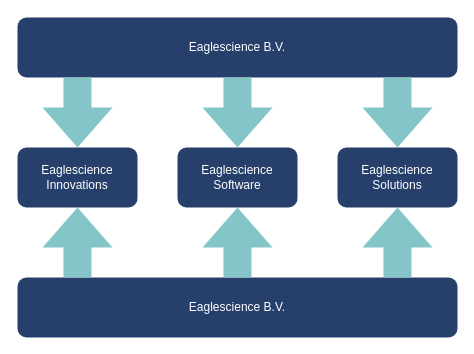
Above: page "Organogram" (1 of 5) of gfx/verslag graphix.drawio in codefink2020/afstudeerverslag (draw.io), before the change. Source tidied: cells renumbered, new cells numbered last; positions are measured from the earlier drawing's top-left corner, leaving out a move shared by most shapes. Both pictures are drawn from the tidied source at 100%, with x=0, y=0 at pixel (17, 17).
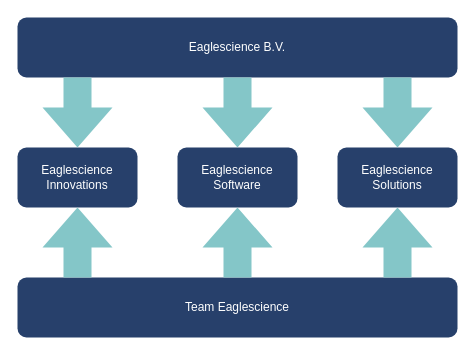
The same page after the edit.

Diff of the diagram source:
```diff
@@
 <mxGraphModel>
   <root>
     <mxCell id="0" />
     <mxCell id="1" parent="0" />
     <mxCell id="2" value="&lt;font color=&quot;#ffffff&quot;&gt;Eaglescience B.V.&lt;/font&gt;" style="rounded=1;whiteSpace=wrap;html=1;fillColor=#27406b;strokeColor=none;" parent="1" vertex="1">
       <mxGeometry width="440" height="60" as="geometry" />
     </mxCell>
     <mxCell id="3" value="&lt;font color=&quot;#ffffff&quot;&gt;Eaglescience Innovations&lt;/font&gt;" style="rounded=1;whiteSpace=wrap;html=1;fillColor=#27406B;strokeColor=none;" parent="1" vertex="1">
       <mxGeometry y="130" width="120" height="60" as="geometry" />
     </mxCell>
     <mxCell id="4" value="&lt;font color=&quot;#ffffff&quot;&gt;Eaglescience Solutions&lt;br&gt;&lt;/font&gt;" style="rounded=1;whiteSpace=wrap;html=1;fillColor=#27406B;strokeColor=none;" parent="1" vertex="1">
       <mxGeometry x="320" y="130" width="120" height="60" as="geometry" />
     </mxCell>
     <mxCell id="5" value="&lt;font color=&quot;#ffffff&quot;&gt;Eaglescience Software&lt;/font&gt;" style="rounded=1;whiteSpace=wrap;html=1;fillColor=#27406B;strokeColor=none;" parent="1" vertex="1">
       <mxGeometry x="160" y="130" width="120" height="60" as="geometry" />
     </mxCell>
     <mxCell id="6" style="html=1;shadow=0;dashed=0;align=center;verticalAlign=middle;shape=mxgraph.arrows2.arrow;dy=0.6;dx=40;direction=south;notch=0;fillColor=#84c6c8;strokeColor=none;" parent="1" vertex="1">
       <mxGeometry x="25" y="60" width="70" height="70" as="geometry" />
     </mxCell>
     <mxCell id="7" style="html=1;shadow=0;dashed=0;align=center;verticalAlign=middle;shape=mxgraph.arrows2.arrow;dy=0.6;dx=40;direction=south;notch=0;fillColor=#84C6C8;strokeColor=none;" parent="1" vertex="1">
       <mxGeometry x="185" y="60" width="70" height="70" as="geometry" />
     </mxCell>
     <mxCell id="8" style="html=1;shadow=0;dashed=0;align=center;verticalAlign=middle;shape=mxgraph.arrows2.arrow;dy=0.6;dx=40;direction=south;notch=0;fillColor=#84C6C8;strokeColor=none;" parent="1" vertex="1">
       <mxGeometry x="345" y="60" width="70" height="70" as="geometry" />
     </mxCell>
-    <mxCell id="9" value="&lt;font color=&quot;#ffffff&quot;&gt;Eaglescience B.V.&lt;/font&gt;" style="rounded=1;whiteSpace=wrap;html=1;fillColor=#27406b;strokeColor=none;" parent="1" vertex="1">
+    <mxCell id="9" value="&lt;font color=&quot;#ffffff&quot;&gt;Team Eaglescience&lt;br&gt;&lt;/font&gt;" style="rounded=1;whiteSpace=wrap;html=1;fillColor=#27406b;strokeColor=none;" parent="1" vertex="1">
       <mxGeometry y="260" width="440" height="60" as="geometry" />
     </mxCell>
     <mxCell id="10" style="html=1;shadow=0;dashed=0;align=center;verticalAlign=middle;shape=mxgraph.arrows2.arrow;dy=0.6;dx=40;direction=south;notch=0;fillColor=#84c6c8;strokeColor=none;rotation=-180;" parent="1" vertex="1">
       <mxGeometry x="25" y="190" width="70" height="70" as="geometry" />
     </mxCell>
     <mxCell id="11" style="html=1;shadow=0;dashed=0;align=center;verticalAlign=middle;shape=mxgraph.arrows2.arrow;dy=0.6;dx=40;direction=south;notch=0;fillColor=#84c6c8;strokeColor=none;rotation=-180;" parent="1" vertex="1">
       <mxGeometry x="185" y="190" width="70" height="70" as="geometry" />
     </mxCell>
     <mxCell id="12" style="html=1;shadow=0;dashed=0;align=center;verticalAlign=middle;shape=mxgraph.arrows2.arrow;dy=0.6;dx=40;direction=south;notch=0;fillColor=#84c6c8;strokeColor=none;rotation=-180;" parent="1" vertex="1">
       <mxGeometry x="345" y="190" width="70" height="70" as="geometry" />
     </mxCell>
   </root>
 </mxGraphModel>
```
